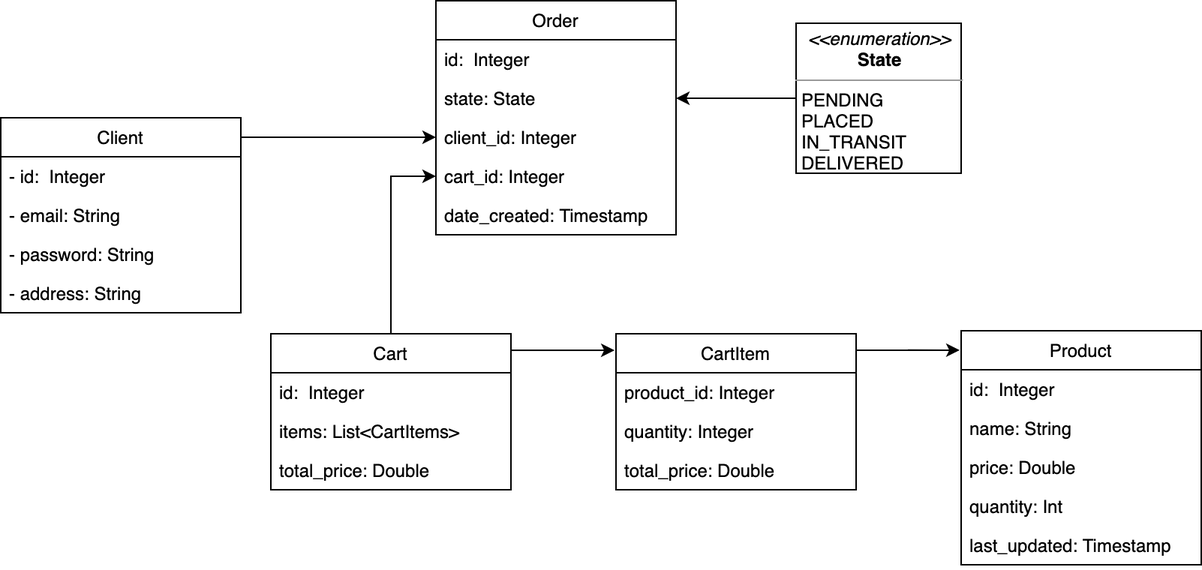
This is docs/src/docs/resources/model.png from adetalhouet/order-system, a draw.io export, as it was before one commit. Source tidied: cells renumbered, new cells last; positions are measured from the earlier drawing's top-left corner, leaving out a move shared by most shapes.
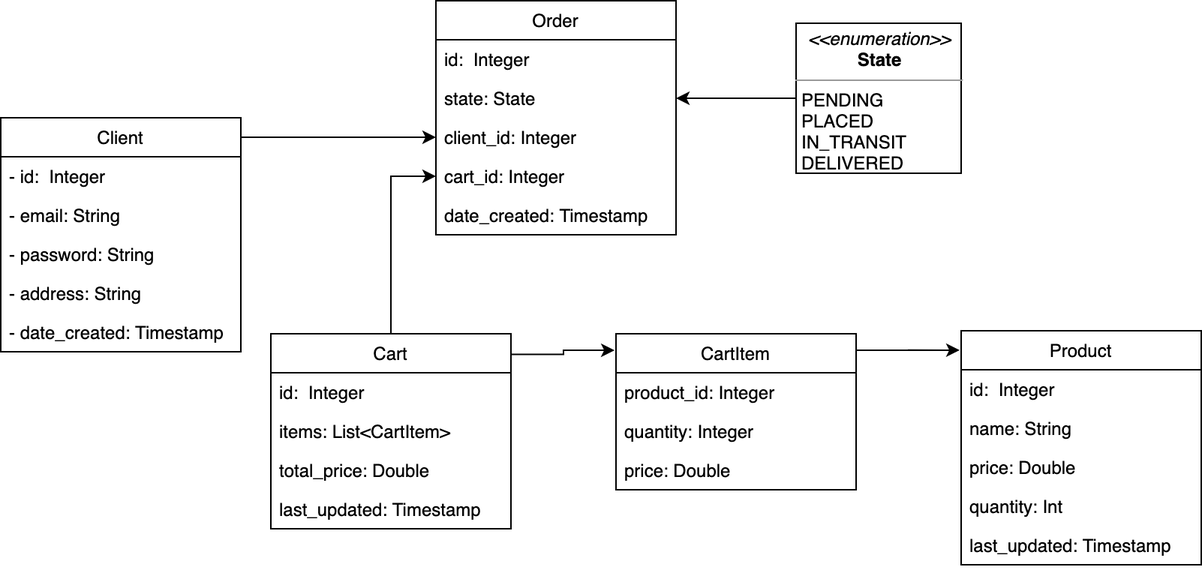
Above is the later version.

The edit, as a diff of the source:
```diff
@@ -44,21 +44,24 @@
     <mxCell id="15" value="quantity: Integer" style="text;strokeColor=none;fillColor=none;align=left;verticalAlign=top;spacingLeft=4;spacingRight=4;overflow=hidden;" parent="13" vertex="1">
       <mxGeometry y="52" width="160" height="26" as="geometry" />
     </mxCell>
-    <mxCell id="16" value="total_price: Double" style="text;strokeColor=none;fillColor=none;align=left;verticalAlign=top;spacingLeft=4;spacingRight=4;overflow=hidden;" parent="13" vertex="1">
+    <mxCell id="16" value="price: Double" style="text;strokeColor=none;fillColor=none;align=left;verticalAlign=top;spacingLeft=4;spacingRight=4;overflow=hidden;" parent="13" vertex="1">
       <mxGeometry y="78" width="160" height="26" as="geometry" />
     </mxCell>
     <mxCell id="17" value="Cart" style="swimlane;fontStyle=0;horizontal=1;startSize=26;fillColor=none;" parent="1" vertex="1">
-      <mxGeometry x="180" y="222" width="160" height="104" as="geometry" />
+      <mxGeometry x="180" y="222" width="160" height="130" as="geometry" />
     </mxCell>
     <mxCell id="18" value="id:  Integer" style="text;strokeColor=none;fillColor=none;align=left;verticalAlign=top;spacingLeft=4;spacingRight=4;overflow=hidden;" parent="17" vertex="1">
       <mxGeometry y="26" width="160" height="26" as="geometry" />
     </mxCell>
-    <mxCell id="19" value="items: List&lt;CartItems&gt;" style="text;strokeColor=none;fillColor=none;align=left;verticalAlign=top;spacingLeft=4;spacingRight=4;overflow=hidden;" parent="17" vertex="1">
+    <mxCell id="19" value="items: List&lt;CartItem&gt;" style="text;strokeColor=none;fillColor=none;align=left;verticalAlign=top;spacingLeft=4;spacingRight=4;overflow=hidden;" parent="17" vertex="1">
       <mxGeometry y="52" width="160" height="26" as="geometry" />
     </mxCell>
-    <mxCell id="20" value="total_price: Double" style="text;strokeColor=none;fillColor=none;align=left;verticalAlign=top;spacingLeft=4;spacingRight=4;overflow=hidden;" parent="17" vertex="1">
+    <mxCell id="20" value="total_price: Double&#10;" style="text;strokeColor=none;fillColor=none;align=left;verticalAlign=top;spacingLeft=4;spacingRight=4;overflow=hidden;" parent="17" vertex="1">
       <mxGeometry y="78" width="160" height="26" as="geometry" />
     </mxCell>
+    <mxCell id="33" value="last_updated: Timestamp&#10;" style="text;strokeColor=none;fillColor=none;align=left;verticalAlign=top;spacingLeft=4;spacingRight=4;overflow=hidden;" parent="17" vertex="1">
+      <mxGeometry y="104" width="160" height="26" as="geometry" />
+    </mxCell>
     <mxCell id="21" value="Product" style="swimlane;fontStyle=0;horizontal=1;startSize=26;fillColor=none;" parent="1" vertex="1">
       <mxGeometry x="640" y="220" width="160" height="156" as="geometry" />
     </mxCell>
@@ -86,7 +89,7 @@
       </mxGeometry>
     </mxCell>
     <mxCell id="28" value="Client" style="swimlane;fontStyle=0;horizontal=1;startSize=26;fillColor=none;" parent="1" vertex="1">
-      <mxGeometry y="78" width="160" height="130" as="geometry" />
+      <mxGeometry y="78" width="160" height="156" as="geometry" />
     </mxCell>
     <mxCell id="29" value="- id:  Integer" style="text;strokeColor=none;fillColor=none;align=left;verticalAlign=top;spacingLeft=4;spacingRight=4;overflow=hidden;" parent="28" vertex="1">
       <mxGeometry y="26" width="160" height="26" as="geometry" />
@@ -100,5 +103,8 @@
     <mxCell id="32" value="- address: String" style="text;strokeColor=none;fillColor=none;align=left;verticalAlign=top;spacingLeft=4;spacingRight=4;overflow=hidden;" parent="28" vertex="1">
       <mxGeometry y="104" width="160" height="26" as="geometry" />
     </mxCell>
+    <mxCell id="34" value="- date_created: Timestamp" style="text;strokeColor=none;fillColor=none;align=left;verticalAlign=top;spacingLeft=4;spacingRight=4;overflow=hidden;" parent="28" vertex="1">
+      <mxGeometry y="130" width="160" height="26" as="geometry" />
+    </mxCell>
   </root>
 </mxGraphModel>
```
